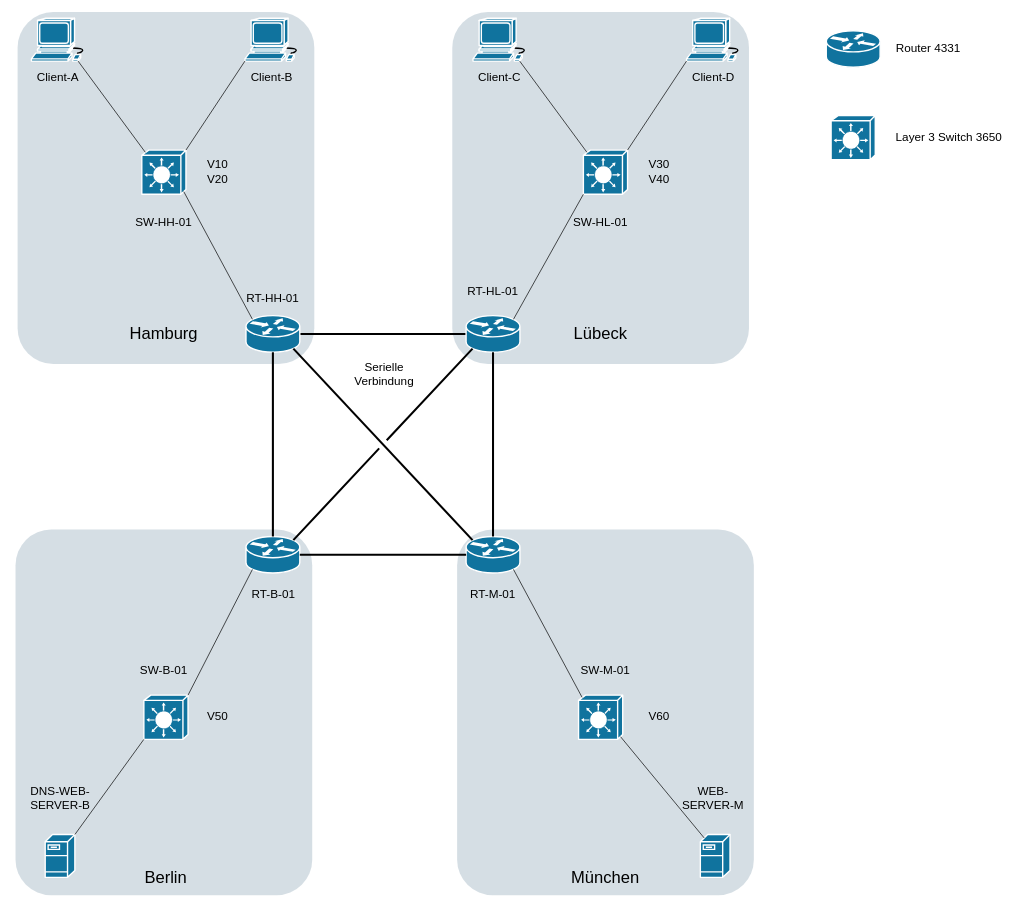
Earlier version of the draw.io diagram netzwerkplan.drawio (mvxsvchs/LF09). Source tidied: cells renumbered, new cells numbered last; positions are measured from the earlier drawing's top-left corner, leaving out a move shared by most shapes. Both pictures are drawn from the tidied source at 69%, with x=0, y=0 at pixel (12, 12).
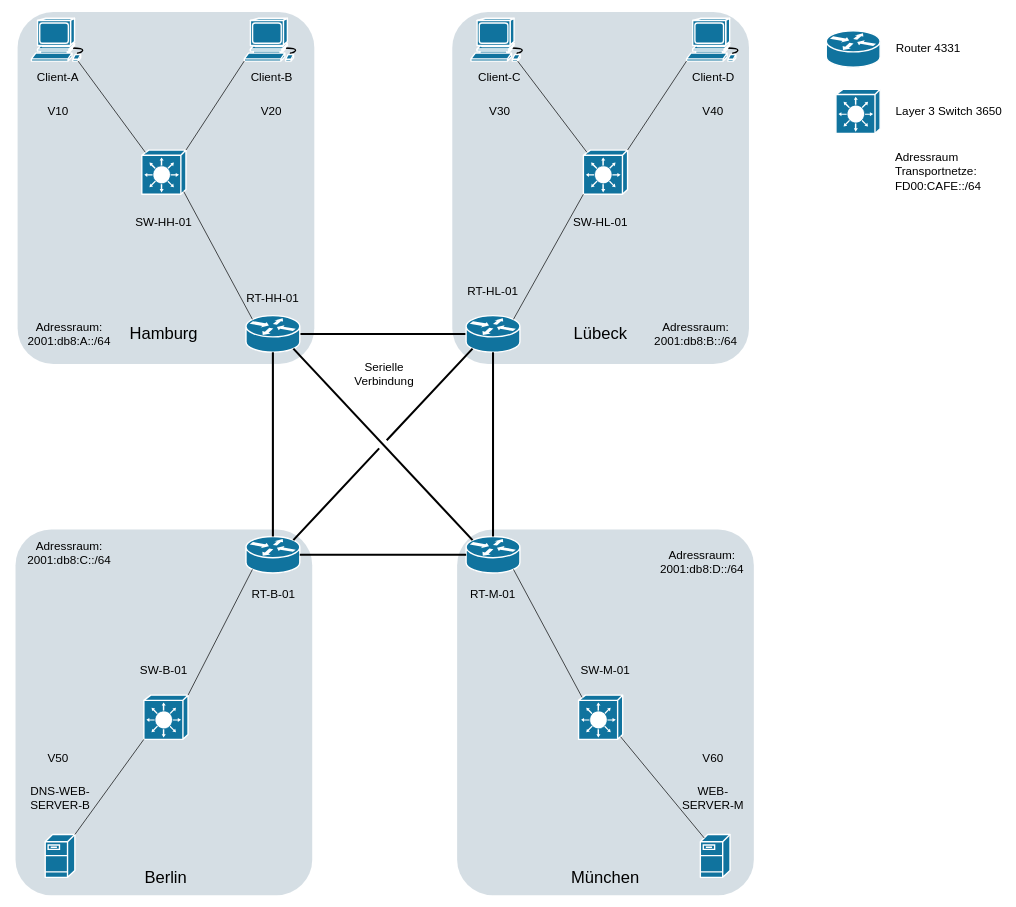
The same page after the edit.

Commit message:
IP-Adressräume hinzugefügt

Change to the diagram source:
```diff
@@
     <mxCell id="6" style="shape=mxgraph.cisco.computers_and_peripherals.workstation;html=1;dashed=0;fillColor=#10739E;strokeColor=#ffffff;strokeWidth=2;verticalLabelPosition=bottom;verticalAlign=top;fontFamily=Helvetica;fontSize=36;fontColor=#FFB366;" parent="1" vertex="1">
-      <mxGeometry x="337.5" y="9" width="83" height="62" as="geometry" />
+      <mxGeometry x="336.5" y="9" width="83" height="62" as="geometry" />
     </mxCell>
@@
     <mxCell id="20" style="shape=mxgraph.cisco.computers_and_peripherals.workstation;html=1;dashed=0;fillColor=#10739E;strokeColor=#ffffff;strokeWidth=2;verticalLabelPosition=bottom;verticalAlign=top;fontFamily=Helvetica;fontSize=36;fontColor=#FFB366;" parent="1" vertex="1">
-      <mxGeometry x="668" y="9" width="83" height="62" as="geometry" />
+      <mxGeometry x="665" y="9" width="83" height="62" as="geometry" />
     </mxCell>
@@
     <mxCell id="54" style="shape=mxgraph.cisco.switches.layer_3_switch;html=1;dashed=0;fillColor=#10739E;strokeColor=#ffffff;strokeWidth=2;verticalLabelPosition=bottom;verticalAlign=top;fontFamily=Helvetica;fontSize=36;fontColor=#FFB366;" parent="1" vertex="1">
-      <mxGeometry x="1187" y="150" width="64" height="64" as="geometry" />
+      <mxGeometry x="1194" y="112" width="64" height="64" as="geometry" />
     </mxCell>
@@
     <mxCell id="57" value="&lt;font style=&quot;font-size: 17px;&quot;&gt;Layer 3 Switch 3650&lt;/font&gt;" style="text;html=1;align=center;verticalAlign=middle;whiteSpace=wrap;rounded=0;" parent="1" vertex="1">
-      <mxGeometry x="1278" y="167" width="160" height="30" as="geometry" />
+      <mxGeometry x="1278" y="129" width="160" height="30" as="geometry" />
     </mxCell>
-    <mxCell id="58" value="&lt;font style=&quot;font-size: 17px;&quot;&gt;V10 V20&lt;/font&gt;" style="text;html=1;align=center;verticalAlign=middle;whiteSpace=wrap;rounded=0;" parent="1" vertex="1">
-      <mxGeometry x="268" y="209" width="60" height="46" as="geometry" />
+    <mxCell id="58" value="&lt;font style=&quot;font-size: 17px;&quot;&gt;V20&lt;/font&gt;" style="text;html=1;align=center;verticalAlign=middle;whiteSpace=wrap;rounded=0;" parent="1" vertex="1">
+      <mxGeometry x="346" y="121" width="60" height="46" as="geometry" />
     </mxCell>
-    <mxCell id="59" value="&lt;font style=&quot;font-size: 17px;&quot;&gt;V30 V40&lt;/font&gt;" style="text;html=1;align=center;verticalAlign=middle;whiteSpace=wrap;rounded=0;" parent="1" vertex="1">
-      <mxGeometry x="908" y="209" width="60" height="46" as="geometry" />
+    <mxCell id="59" value="&lt;font style=&quot;font-size: 17px;&quot;&gt;V40&lt;/font&gt;" style="text;html=1;align=center;verticalAlign=middle;whiteSpace=wrap;rounded=0;" parent="1" vertex="1">
+      <mxGeometry x="986" y="121" width="60" height="46" as="geometry" />
     </mxCell>
     <mxCell id="60" value="&lt;font style=&quot;font-size: 17px;&quot;&gt;V50&lt;/font&gt;" style="text;html=1;align=center;verticalAlign=middle;whiteSpace=wrap;rounded=0;" parent="1" vertex="1">
-      <mxGeometry x="268" y="999" width="60" height="46" as="geometry" />
+      <mxGeometry x="36.5" y="1060" width="60" height="46" as="geometry" />
     </mxCell>
     <mxCell id="61" value="&lt;font style=&quot;font-size: 17px;&quot;&gt;V60&lt;/font&gt;" style="text;html=1;align=center;verticalAlign=middle;whiteSpace=wrap;rounded=0;" parent="1" vertex="1">
-      <mxGeometry x="908" y="999" width="60" height="46" as="geometry" />
+      <mxGeometry x="986" y="1060" width="60" height="46" as="geometry" />
     </mxCell>
@@
+    <mxCell id="63" value="&lt;font style=&quot;font-size: 17px;&quot;&gt;V10&lt;/font&gt;" style="text;html=1;align=center;verticalAlign=middle;whiteSpace=wrap;rounded=0;" parent="1" vertex="1">
+      <mxGeometry x="36.5" y="121" width="60" height="46" as="geometry" />
+    </mxCell>
+    <mxCell id="64" value="&lt;font style=&quot;font-size: 17px;&quot;&gt;V30&lt;/font&gt;" style="text;html=1;align=center;verticalAlign=middle;whiteSpace=wrap;rounded=0;" parent="1" vertex="1">
+      <mxGeometry x="676.5" y="121" width="60" height="46" as="geometry" />
+    </mxCell>
+    <mxCell id="65" value="&lt;font style=&quot;font-size: 17px;&quot;&gt;Adressraum:&lt;br&gt;2001:db8:A::/64&lt;/font&gt;" style="text;html=1;align=center;verticalAlign=middle;whiteSpace=wrap;rounded=0;" parent="1" vertex="1">
+      <mxGeometry x="28" y="451.5" width="110" height="30" as="geometry" />
+    </mxCell>
+    <mxCell id="66" value="&lt;font style=&quot;font-size: 17px;&quot;&gt;Adressraum:&lt;br&gt;2001:db8:B::/64&lt;/font&gt;" style="text;html=1;align=center;verticalAlign=middle;whiteSpace=wrap;rounded=0;" parent="1" vertex="1">
+      <mxGeometry x="936" y="451.5" width="110" height="30" as="geometry" />
+    </mxCell>
+    <mxCell id="67" value="&lt;font style=&quot;font-size: 17px;&quot;&gt;Adressraum:&lt;br&gt;2001:db8:C::/64&lt;/font&gt;" style="text;html=1;align=center;verticalAlign=middle;whiteSpace=wrap;rounded=0;" parent="1" vertex="1">
+      <mxGeometry x="28" y="770" width="110" height="30" as="geometry" />
+    </mxCell>
+    <mxCell id="68" value="&lt;font style=&quot;font-size: 17px;&quot;&gt;Adressraum:&lt;br&gt;2001:db8:D::/64&lt;/font&gt;" style="text;html=1;align=center;verticalAlign=middle;whiteSpace=wrap;rounded=0;" parent="1" vertex="1">
+      <mxGeometry x="944.5" y="783" width="110" height="30" as="geometry" />
+    </mxCell>
+    <mxCell id="69" value="&lt;div align=&quot;left&quot;&gt;&lt;font style=&quot;font-size: 17px;&quot;&gt;Adressraum Transportnetze:&lt;/font&gt;&lt;br&gt;&lt;font style=&quot;font-size: 17px;&quot;&gt;FD00:CAFE::/64&lt;/font&gt;&lt;/div&gt;" style="text;html=1;align=left;verticalAlign=middle;whiteSpace=wrap;rounded=0;" parent="1" vertex="1">
+      <mxGeometry x="1278" y="217" width="110" height="30" as="geometry" />
+    </mxCell>
```
